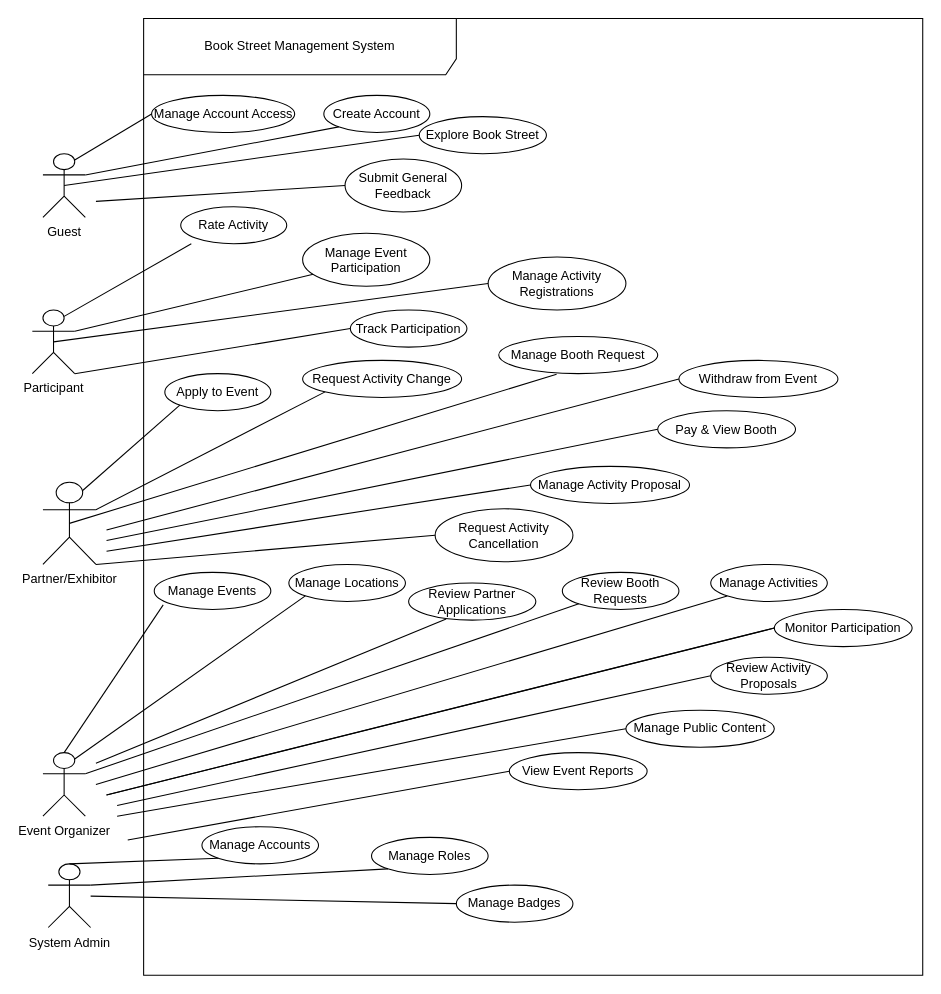
Earlier version of the draw.io diagram docs/design/UsecaseDiagram_BookStreetSWP_V2.drawio (YingKai0621/bookstreet-event-management). Source tidied: cells renumbered, new cells numbered last; positions are measured from the earlier drawing's top-left corner, leaving out a move shared by most shapes. Both pictures are drawn from the tidied source at 106%, with x=0, y=0 at pixel (32, 18).
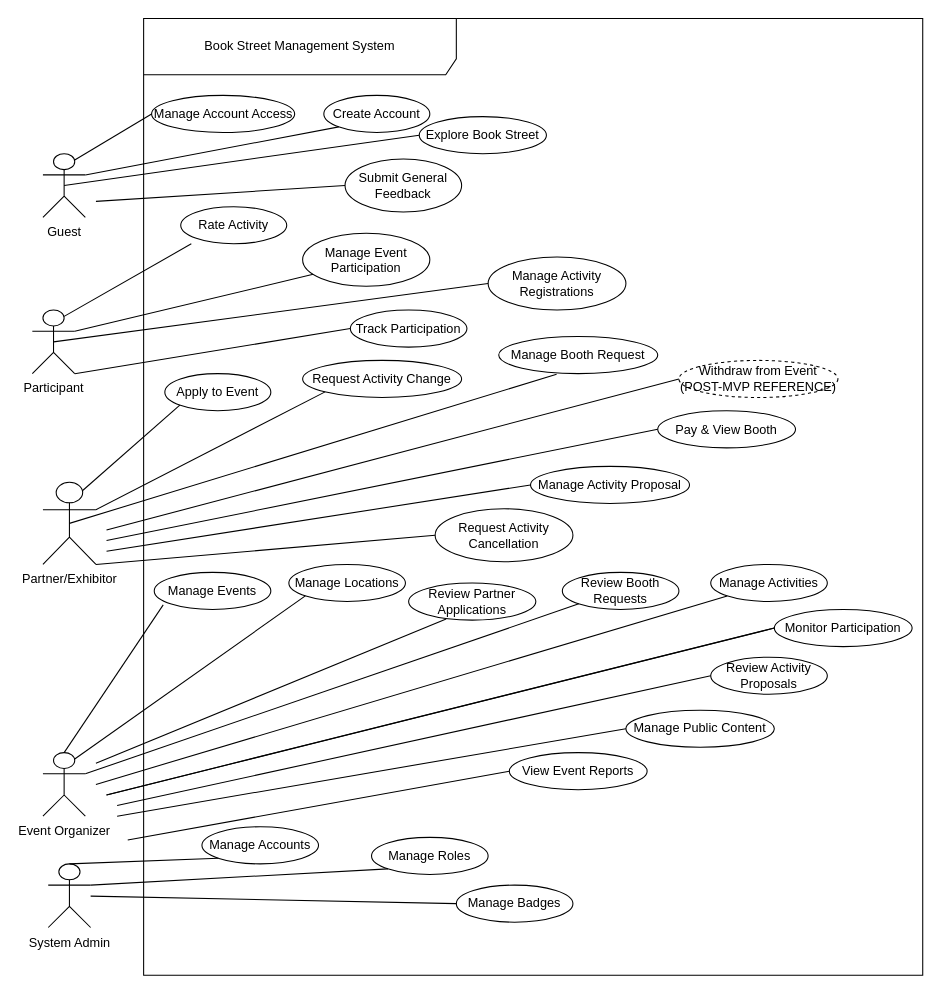
Above is the later version.

What changed in the source:
```diff
@@
-    <mxCell id="30" value="Withdraw from Event" style="ellipse;whiteSpace=wrap;html=1;" parent="1" vertex="1">
+    <mxCell id="30" value="Withdraw from Event&lt;br&gt;(POST-MVP REFERENCE)" style="ellipse;whiteSpace=wrap;html=1;dashed=1;" parent="1" vertex="1">
       <mxGeometry x="610" y="322.5" width="150" height="35" as="geometry" />
     </mxCell>
```
